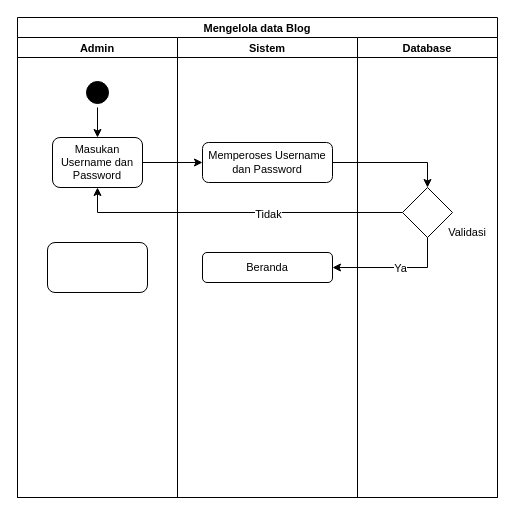
Earlier version of the draw.io diagram page "Mengelola Data Blog" (11 of 11) of Untitled Diagram.drawio (1).drawio (WildanMaulana17/admin.cafe17purwokerto). Source tidied: cells renumbered, new cells numbered last; positions are measured from the earlier drawing's top-left corner, leaving out a move shared by most shapes. Both pictures are drawn from the tidied source at 100%, with x=0, y=0 at pixel (17, 17).
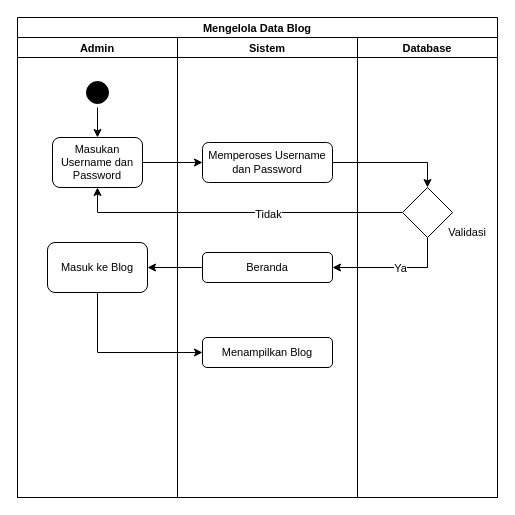
Above is the later version.

Unchanged cells that the change refers to:
```xml
<mxCell id="3" value="Admin" style="swimlane;startSize=20;fontSize=11;strokeColor=#000000;" parent="2" vertex="1">
  <mxGeometry y="20" width="160" height="460" as="geometry" />
</mxCell>
<mxCell id="8" value="Sistem" style="swimlane;startSize=20;fontSize=11;strokeColor=#000000;" parent="2" vertex="1">
  <mxGeometry x="160" y="20" width="180" height="460" as="geometry" />
</mxCell>
<mxCell id="10" value="Beranda" style="rounded=1;whiteSpace=wrap;html=1;fontSize=11;strokeColor=#000000;" parent="8" vertex="1">
  <mxGeometry x="25" y="215" width="130" height="30" as="geometry" />
</mxCell>
```

The edit, as a diff of the source:
```diff
@@
-    <mxCell id="2" value="Mengelola data Blog" style="swimlane;startSize=20;fontSize=11;strokeColor=#000000;" parent="1" vertex="1">
+    <mxCell id="2" value="Mengelola Data Blog" style="swimlane;startSize=20;fontSize=11;strokeColor=#000000;" parent="1" vertex="1">
       <mxGeometry width="480" height="480" as="geometry" />
     </mxCell>
@@
-    <mxCell id="7" style="rounded=1;whiteSpace=wrap;html=1;fontSize=11;strokeColor=#000000;" parent="3" vertex="1">
+    <mxCell id="7" value="Masuk ke Blog" style="rounded=1;whiteSpace=wrap;html=1;fontSize=11;strokeColor=#000000;" parent="3" vertex="1">
       <mxGeometry x="30" y="205" width="100" height="50" as="geometry" />
     </mxCell>
@@
+    <mxCell id="20" value="Menampilkan Blog" style="rounded=1;whiteSpace=wrap;html=1;fontSize=11;strokeColor=#000000;" parent="8" vertex="1">
+      <mxGeometry x="25" y="300" width="130" height="30" as="geometry" />
+    </mxCell>
@@
+    <mxCell id="21" style="edgeStyle=orthogonalEdgeStyle;rounded=0;jettySize=auto;html=1;entryX=1;entryY=0.5;entryDx=0;entryDy=0;" parent="2" edge="1" source="10" target="7">
+      <mxGeometry relative="1" as="geometry" />
+    </mxCell>
+    <mxCell id="22" style="edgeStyle=orthogonalEdgeStyle;rounded=0;jettySize=auto;html=1;entryX=0;entryY=0.5;entryDx=0;entryDy=0;" parent="2" edge="1" source="7" target="20">
+      <mxGeometry relative="1" as="geometry">
+        <Array as="points">
+          <mxPoint x="80" y="335" />
+        </Array>
+      </mxGeometry>
+    </mxCell>
```
